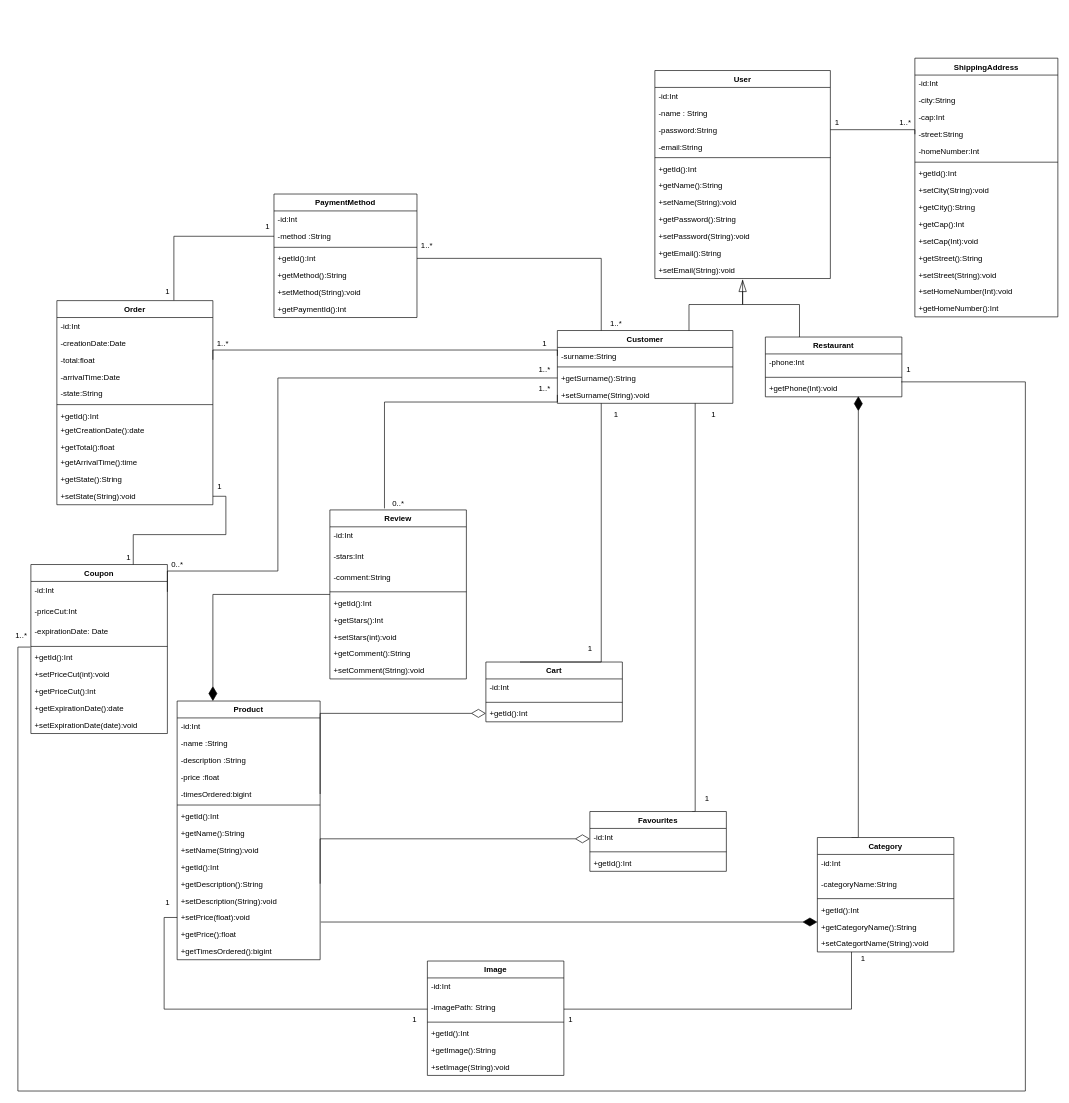
Before: documentazione/Diagrammi/TasteIt-classD(1).drawio in Flacaro/TasteIt, a draw.io diagram. Source tidied: cells renumbered, new cells numbered last; positions are measured from the earlier drawing's top-left corner, leaving out a move shared by most shapes. Both pictures are drawn from the tidied source at 65%, with x=0, y=0 at pixel (11, 58).
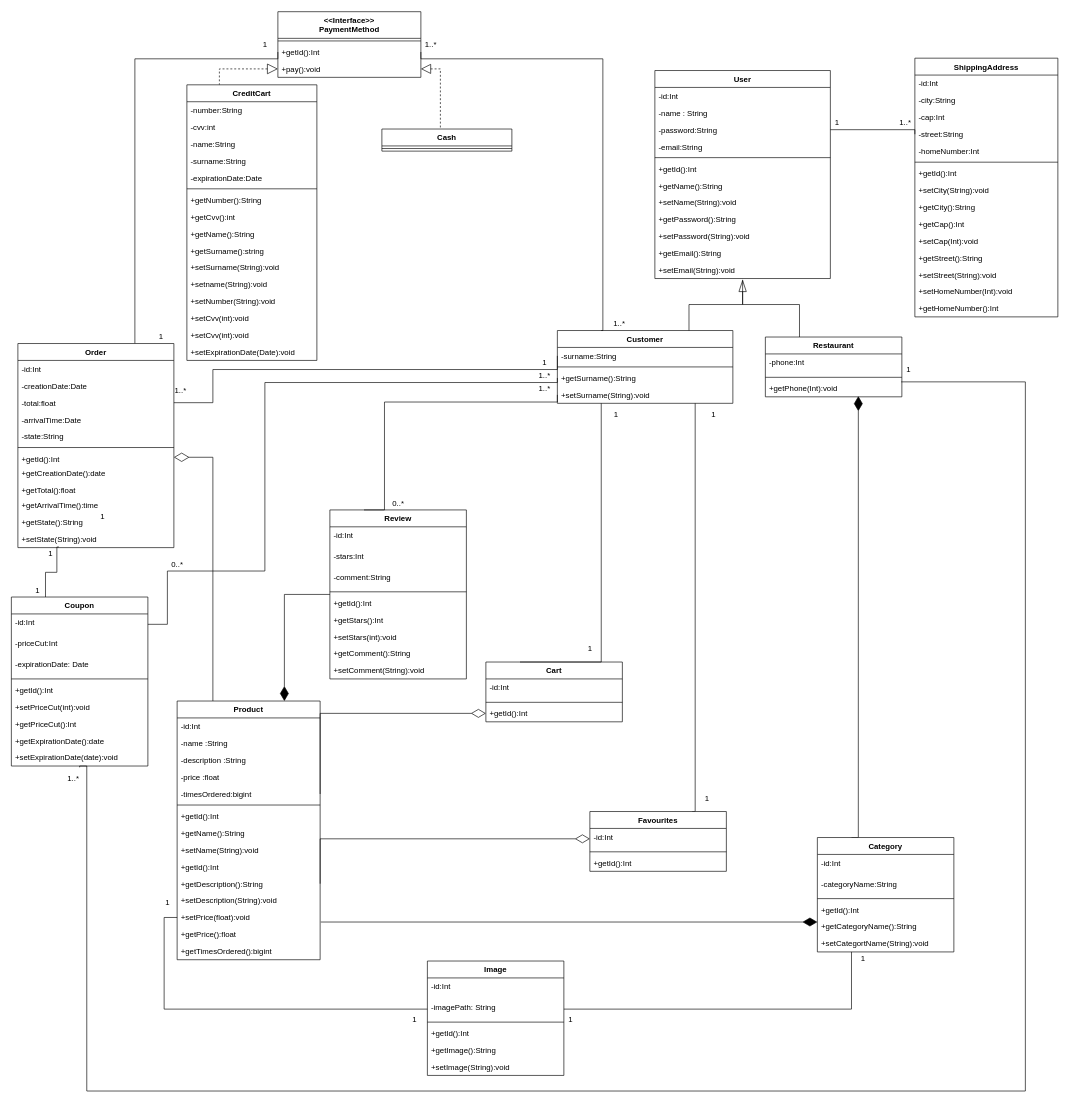
After the change.

Commit message:
rivisto class d

Unchanged cells that the change refers to:
```xml
<mxCell id="6" value="-total:float" style="text;strokeColor=none;fillColor=none;align=left;verticalAlign=top;spacingLeft=4;spacingRight=4;overflow=hidden;points=[[0,0.5],[1,0.5]];portConstraint=eastwest;" parent="3" vertex="1">
  <mxGeometry y="78" width="240" height="26" as="geometry" />
</mxCell>
<mxCell id="10" value="+getId():Int " style="text;strokeColor=none;fillColor=none;align=left;verticalAlign=top;spacingLeft=4;spacingRight=4;overflow=hidden;points=[[0,0.5],[1,0.5]];portConstraint=eastwest;" parent="3" vertex="1">
  <mxGeometry y="164" width="240" height="22" as="geometry" />
</mxCell>
<mxCell id="15" value="+setState(String):void" style="text;strokeColor=none;fillColor=none;align=left;verticalAlign=top;spacingLeft=4;spacingRight=4;overflow=hidden;points=[[0,0.5],[1,0.5]];portConstraint=eastwest;" parent="3" vertex="1">
  <mxGeometry y="288" width="240" height="26" as="geometry" />
</mxCell>
<mxCell id="21" value="Customer" style="swimlane;fontStyle=1;align=center;verticalAlign=top;horizontal=1;startSize=26;" parent="1" vertex="1">
  <mxGeometry x="840" y="419" width="270" height="112" as="geometry" />
</mxCell>
<mxCell id="22" value="-surname:String " style="text;strokeColor=none;fillColor=none;align=left;verticalAlign=top;spacingLeft=4;spacingRight=4;overflow=hidden;points=[[0,0.5],[1,0.5]];portConstraint=eastwest;" parent="21" vertex="1">
  <mxGeometry y="26" width="270" height="26" as="geometry" />
</mxCell>
<mxCell id="24" value="+getSurname():String" style="text;strokeColor=none;fillColor=none;align=left;verticalAlign=top;spacingLeft=4;spacingRight=4;overflow=hidden;points=[[0,0.5],[1,0.5]];portConstraint=eastwest;" parent="21" vertex="1">
  <mxGeometry y="60" width="270" height="26" as="geometry" />
</mxCell>
<mxCell id="25" value="+setSurname(String):void" style="text;strokeColor=none;fillColor=none;align=left;verticalAlign=top;spacingLeft=4;spacingRight=4;overflow=hidden;points=[[0,0.5],[1,0.5]];portConstraint=eastwest;" parent="21" vertex="1">
  <mxGeometry y="86" width="270" height="26" as="geometry" />
</mxCell>
<mxCell id="35" value="Product" style="swimlane;fontStyle=1;align=center;verticalAlign=top;horizontal=1;startSize=26;" parent="1" vertex="1">
  <mxGeometry x="255" y="989" width="220" height="398" as="geometry" />
</mxCell>
<mxCell id="77" value="-id:Int" style="text;strokeColor=none;fillColor=none;align=left;verticalAlign=top;spacingLeft=4;spacingRight=4;overflow=hidden;points=[[0,0.5],[1,0.5]];portConstraint=eastwest;" parent="76" vertex="1">
  <mxGeometry y="26" width="210" height="32" as="geometry" />
</mxCell>
<mxCell id="94" value="+getPhone(Int):void" style="text;strokeColor=none;fillColor=none;align=left;verticalAlign=top;spacingLeft=4;spacingRight=4;overflow=hidden;points=[[0,0.5],[1,0.5]];portConstraint=eastwest;" parent="91" vertex="1">
  <mxGeometry y="66" width="210" height="26" as="geometry" />
</mxCell>
<mxCell id="96" value="Review" style="swimlane;fontStyle=1;align=center;verticalAlign=top;horizontal=1;startSize=26;" parent="1" vertex="1">
  <mxGeometry x="490" y="695" width="210" height="260" as="geometry" />
</mxCell>
```

What changed in the source:
```diff
@@
-    <mxCell id="2" style="edgeStyle=orthogonalEdgeStyle;rounded=0;jettySize=auto;html=1;exitX=0.75;exitY=0;exitDx=0;exitDy=0;entryX=0;entryY=0.5;entryDx=0;entryDy=0;endArrow=none;endFill=0;endSize=20;" parent="1" edge="1" source="3" target="28">
-      <mxGeometry relative="1" as="geometry" />
+    <mxCell id="2" style="edgeStyle=orthogonalEdgeStyle;rounded=0;jettySize=auto;html=1;exitX=0.75;exitY=0;exitDx=0;exitDy=0;entryX=0;entryY=0.5;entryDx=0;entryDy=0;endArrow=none;endFill=0;endSize=20;" parent="1" edge="1" source="3" target="30">
+      <mxGeometry relative="1" as="geometry">
+        <Array as="points">
+          <mxPoint x="190" y="1" />
+        </Array>
+      </mxGeometry>
     </mxCell>
     <mxCell id="3" value="Order &#10;" style="swimlane;fontStyle=1;align=center;verticalAlign=top;horizontal=1;startSize=26;" parent="1" vertex="1">
-      <mxGeometry x="70" y="373" width="240" height="314" as="geometry" />
+      <mxGeometry x="10" y="439" width="240" height="314" as="geometry" />
     </mxCell>
@@
+    <mxCell id="162" style="edgeStyle=orthogonalEdgeStyle;rounded=0;jettySize=auto;html=1;exitX=0;exitY=0.5;exitDx=0;exitDy=0;startArrow=block;startFill=0;endArrow=none;endFill=0;startSize=14;endSize=9;sourcePerimeterSpacing=5;targetPerimeterSpacing=17;strokeWidth=1;dashed=1;entryX=0.25;entryY=0;entryDx=0;entryDy=0;" parent="1" edge="1" source="31" target="165">
+      <mxGeometry relative="1" as="geometry" />
+    </mxCell>
-    <mxCell id="26" value="PaymentMethod" style="swimlane;fontStyle=1;align=center;verticalAlign=top;horizontal=1;startSize=26;" parent="1" vertex="1">
-      <mxGeometry x="404" y="209" width="220" height="190" as="geometry" />
+    <mxCell id="26" value="&lt;&lt;Interface&gt;&gt;&#10;PaymentMethod" style="swimlane;fontStyle=1;align=center;verticalAlign=top;horizontal=1;startSize=41;" parent="1" vertex="1">
+      <mxGeometry x="410" y="-71.5" width="220" height="101" as="geometry" />
     </mxCell>
-    <mxCell id="27" value="-id:Int" style="text;strokeColor=none;fillColor=none;align=left;verticalAlign=top;spacingLeft=4;spacingRight=4;overflow=hidden;" parent="26" vertex="1">
-      <mxGeometry y="26" width="220" height="26" as="geometry" />
-    </mxCell>
-    <mxCell id="28" value="-method :String" style="text;strokeColor=none;fillColor=none;align=left;verticalAlign=top;spacingLeft=4;spacingRight=4;overflow=hidden;points=[[0,0.5],[1,0.5]];portConstraint=eastwest;" parent="26" vertex="1">
-      <mxGeometry y="52" width="220" height="26" as="geometry" />
-    </mxCell>
     <mxCell id="29" style="line;strokeWidth=1;fillColor=none;align=left;verticalAlign=middle;spacingTop=-1;spacingLeft=3;spacingRight=3;labelPosition=right;" parent="26" vertex="1">
-      <mxGeometry y="78" width="220" height="8" as="geometry" />
+      <mxGeometry y="41" width="220" height="8" as="geometry" />
     </mxCell>
     <mxCell id="30" value="+getId():Int" style="text;strokeColor=none;fillColor=none;align=left;verticalAlign=top;spacingLeft=4;spacingRight=4;overflow=hidden;points=[[0,0.5],[1,0.5]];portConstraint=eastwest;" parent="26" vertex="1">
-      <mxGeometry y="86" width="220" height="26" as="geometry" />
+      <mxGeometry y="49" width="220" height="26" as="geometry" />
     </mxCell>
-    <mxCell id="31" value="+getMethod():String" style="text;strokeColor=none;fillColor=none;align=left;verticalAlign=top;spacingLeft=4;spacingRight=4;overflow=hidden;points=[[0,0.5],[1,0.5]];portConstraint=eastwest;" parent="26" vertex="1">
-      <mxGeometry y="112" width="220" height="26" as="geometry" />
+    <mxCell id="31" value="+pay():void" style="text;strokeColor=none;fillColor=none;align=left;verticalAlign=top;spacingLeft=4;spacingRight=4;overflow=hidden;points=[[0,0.5],[1,0.5]];portConstraint=eastwest;" parent="26" vertex="1">
+      <mxGeometry y="75" width="220" height="26" as="geometry" />
     </mxCell>
-    <mxCell id="32" value="+setMethod(String):void" style="text;strokeColor=none;fillColor=none;align=left;verticalAlign=top;spacingLeft=4;spacingRight=4;overflow=hidden;" parent="26" vertex="1">
-      <mxGeometry y="138" width="220" height="26" as="geometry" />
-    </mxCell>
-    <mxCell id="33" value="+getPaymentId():Int" style="text;strokeColor=none;fillColor=none;align=left;verticalAlign=top;spacingLeft=4;spacingRight=4;overflow=hidden;" parent="26" vertex="1">
-      <mxGeometry y="164" width="220" height="26" as="geometry" />
-    </mxCell>
-    <mxCell id="34" style="edgeStyle=orthogonalEdgeStyle;rounded=0;jettySize=auto;html=1;exitX=0.25;exitY=0;exitDx=0;exitDy=0;entryX=0;entryY=0.5;entryDx=0;entryDy=0;startArrow=diamondThin;startFill=1;endArrow=none;endFill=0;startSize=20;endSize=30;sourcePerimeterSpacing=30;targetPerimeterSpacing=30;strokeWidth=1;" parent="1" edge="1" source="35" target="96">
+    <mxCell id="34" style="edgeStyle=orthogonalEdgeStyle;rounded=0;jettySize=auto;html=1;exitX=0.75;exitY=0;exitDx=0;exitDy=0;entryX=0;entryY=0.5;entryDx=0;entryDy=0;startArrow=diamondThin;startFill=1;endArrow=none;endFill=0;startSize=20;endSize=30;sourcePerimeterSpacing=30;targetPerimeterSpacing=30;strokeWidth=1;" parent="1" edge="1" source="35" target="96">
       <mxGeometry relative="1" as="geometry" />
     </mxCell>
+    <mxCell id="163" style="edgeStyle=orthogonalEdgeStyle;rounded=0;jettySize=auto;html=1;entryX=1;entryY=0.5;entryDx=0;entryDy=0;startArrow=none;startFill=0;endArrow=diamondThin;endFill=0;startSize=14;endSize=21;sourcePerimeterSpacing=5;targetPerimeterSpacing=17;strokeWidth=1;exitX=0.25;exitY=0;exitDx=0;exitDy=0;" parent="1" edge="1" source="35" target="10">
+      <mxGeometry relative="1" as="geometry" />
+    </mxCell>
@@
+    <mxCell id="164" style="edgeStyle=orthogonalEdgeStyle;rounded=0;jettySize=auto;html=1;exitX=0.25;exitY=0;exitDx=0;exitDy=0;entryX=0.263;entryY=0.962;entryDx=0;entryDy=0;startArrow=none;startFill=0;endArrow=none;endFill=0;startSize=7;endSize=9;sourcePerimeterSpacing=5;targetPerimeterSpacing=17;strokeWidth=1;entryPerimeter=0;" parent="1" edge="1" source="76" target="15">
+      <mxGeometry relative="1" as="geometry">
+        <Array as="points">
+          <mxPoint x="53" y="791" />
+          <mxPoint x="70" y="791" />
+          <mxPoint x="70" y="752" />
+        </Array>
+      </mxGeometry>
+    </mxCell>
     <mxCell id="76" value="Coupon" style="swimlane;fontStyle=1;align=center;verticalAlign=top;horizontal=1;startSize=26;" parent="1" vertex="1">
-      <mxGeometry x="30" y="779" width="210" height="260" as="geometry" />
+      <mxGeometry y="829" width="210" height="260" as="geometry" />
     </mxCell>
@@
     <mxCell id="95" style="edgeStyle=orthogonalEdgeStyle;rounded=0;jettySize=auto;html=1;startArrow=none;startFill=0;endArrow=none;endFill=0;startSize=20;endSize=30;sourcePerimeterSpacing=30;targetPerimeterSpacing=30;strokeWidth=1;entryX=0.995;entryY=0.115;entryDx=0;entryDy=0;entryPerimeter=0;" parent="1" edge="1" target="94">
       <mxGeometry relative="1" as="geometry">
-        <mxPoint x="29" y="906" as="sourcePoint" />
+        <mxPoint x="105" y="1091" as="sourcePoint" />
         <Array as="points">
-          <mxPoint x="10" y="906" />
-          <mxPoint x="10" y="1589" />
+          <mxPoint x="105" y="1089" />
+          <mxPoint x="116" y="1089" />
+          <mxPoint x="116" y="1589" />
           <mxPoint x="1560" y="1589" />
           <mxPoint x="1560" y="498" />
         </Array>
       </mxGeometry>
     </mxCell>
@@
     <mxCell id="107" style="edgeStyle=orthogonalEdgeStyle;rounded=0;jettySize=auto;html=1;exitX=1;exitY=0.5;exitDx=0;exitDy=0;endArrow=none;endFill=0;endSize=20;entryX=0;entryY=0.5;entryDx=0;entryDy=0;" parent="1" edge="1" source="6" target="22">
       <mxGeometry relative="1" as="geometry">
         <Array as="points">
-          <mxPoint x="310" y="449" />
-          <mxPoint x="840" y="449" />
+          <mxPoint x="310" y="530" />
+          <mxPoint x="310" y="479" />
+          <mxPoint x="840" y="479" />
         </Array>
       </mxGeometry>
     </mxCell>
     <mxCell id="108" style="edgeStyle=orthogonalEdgeStyle;rounded=0;jettySize=auto;html=1;exitX=1;exitY=0.5;exitDx=0;exitDy=0;endArrow=none;endFill=0;endSize=20;entryX=0;entryY=0.5;entryDx=0;entryDy=0;" parent="1" edge="1" source="77" target="24">
       <mxGeometry relative="1" as="geometry">
         <Array as="points">
+          <mxPoint x="240" y="871" />
           <mxPoint x="240" y="789" />
-          <mxPoint x="410" y="789" />
-          <mxPoint x="410" y="492" />
+          <mxPoint x="390" y="789" />
+          <mxPoint x="390" y="499" />
+          <mxPoint x="840" y="499" />
         </Array>
       </mxGeometry>
     </mxCell>
     <mxCell id="109" value="1..*" style="text;html=1;align=center;verticalAlign=middle;strokeColor=none;" parent="1" vertex="1">
-      <mxGeometry x="624" y="279" width="30" height="20" as="geometry" />
+      <mxGeometry x="630" y="-31" width="30" height="20" as="geometry" />
     </mxCell>
     <mxCell id="110" value="1" style="text;html=1;align=center;verticalAlign=middle;strokeColor=none;" parent="1" vertex="1">
-      <mxGeometry x="384" y="249" width="20" height="20" as="geometry" />
+      <mxGeometry x="380" y="-31" width="20" height="20" as="geometry" />
     </mxCell>
     <mxCell id="111" value="1" style="text;html=1;align=center;verticalAlign=middle;strokeColor=none;" parent="1" vertex="1">
-      <mxGeometry x="230" y="349" width="20" height="20" as="geometry" />
+      <mxGeometry x="220" y="418" width="20" height="20" as="geometry" />
     </mxCell>
-    <mxCell id="112" value="1" style="text;html=1;align=center;verticalAlign=middle;strokeColor=none;" parent="1" vertex="1">
-      <mxGeometry x="310" y="649" width="20" height="20" as="geometry" />
-    </mxCell>
     <mxCell id="113" value="1" style="text;html=1;align=center;verticalAlign=middle;strokeColor=none;" parent="1" vertex="1">
-      <mxGeometry x="170" y="759" width="20" height="20" as="geometry" />
+      <mxGeometry x="50" y="753" width="20" height="20" as="geometry" />
     </mxCell>
     <mxCell id="114" value="1..*" style="text;html=1;align=center;verticalAlign=middle;strokeColor=none;" parent="1" vertex="1">
-      <mxGeometry x="310" y="429" width="30" height="20" as="geometry" />
+      <mxGeometry x="245" y="501" width="30" height="20" as="geometry" />
     </mxCell>
@@
     <mxCell id="117" value="1..*" style="text;html=1;align=center;verticalAlign=middle;strokeColor=none;" parent="1" vertex="1">
-      <mxGeometry y="879" width="30" height="20" as="geometry" />
+      <mxGeometry x="80" y="1099" width="30" height="20" as="geometry" />
     </mxCell>
@@
-    <mxCell id="122" style="edgeStyle=orthogonalEdgeStyle;rounded=0;jettySize=auto;html=1;exitX=1;exitY=0.5;exitDx=0;exitDy=0;entryX=0.75;entryY=0;entryDx=0;entryDy=0;endArrow=none;endFill=0;endSize=20;" parent="1" edge="1" source="15" target="76">
-      <mxGeometry relative="1" as="geometry" />
-    </mxCell>
-    <mxCell id="123" style="edgeStyle=orthogonalEdgeStyle;rounded=0;jettySize=auto;html=1;endArrow=none;endFill=0;endSize=20;entryX=0.4;entryY=-0.009;entryDx=0;entryDy=0;entryPerimeter=0;exitX=0;exitY=0.5;exitDx=0;exitDy=0;" parent="1" edge="1" source="25" target="96">
+    <mxCell id="123" style="edgeStyle=orthogonalEdgeStyle;rounded=0;jettySize=auto;html=1;endArrow=none;endFill=0;endSize=20;exitX=0;exitY=0.5;exitDx=0;exitDy=0;entryX=0.25;entryY=0;entryDx=0;entryDy=0;" parent="1" edge="1" source="25" target="96">
       <mxGeometry relative="1" as="geometry">
         <Array as="points">
           <mxPoint x="840" y="529" />
           <mxPoint x="574" y="529" />
+          <mxPoint x="574" y="695" />
         </Array>
       </mxGeometry>
     </mxCell>
@@
     <mxCell id="152" style="edgeStyle=orthogonalEdgeStyle;rounded=0;jettySize=auto;html=1;exitX=0.25;exitY=0;exitDx=0;exitDy=0;entryX=1;entryY=0.5;entryDx=0;entryDy=0;startArrow=none;startFill=0;endArrow=none;endFill=0;startSize=14;endSize=21;sourcePerimeterSpacing=5;targetPerimeterSpacing=17;strokeWidth=1;" parent="1" edge="1" source="21" target="30">
-      <mxGeometry relative="1" as="geometry" />
+      <mxGeometry relative="1" as="geometry">
+        <Array as="points">
+          <mxPoint x="910" y="419" />
+          <mxPoint x="910" y="1" />
+        </Array>
+      </mxGeometry>
     </mxCell>
@@
     <mxCell id="156" value="1..*" style="text;html=1;align=center;verticalAlign=middle;strokeColor=none;fillColor=none;" parent="1" vertex="1">
-      <mxGeometry x="915" y="398" width="30" height="20" as="geometry" />
+      <mxGeometry x="920" y="398" width="30" height="20" as="geometry" />
     </mxCell>
     <mxCell id="157" value="1" style="text;html=1;align=center;verticalAlign=middle;strokeColor=none;fillColor=none;" parent="1" vertex="1">
-      <mxGeometry x="810" y="429" width="20" height="20" as="geometry" />
+      <mxGeometry x="810" y="459" width="20" height="20" as="geometry" />
     </mxCell>
     <mxCell id="158" value="1..*" style="text;html=1;align=center;verticalAlign=middle;strokeColor=none;fillColor=none;" parent="1" vertex="1">
-      <mxGeometry x="805" y="469" width="30" height="20" as="geometry" />
+      <mxGeometry x="805" y="479" width="30" height="20" as="geometry" />
     </mxCell>
@@
+    <mxCell id="165" value="CreditCart" style="swimlane;fontStyle=1;align=center;verticalAlign=top;horizontal=1;startSize=26;" parent="1" vertex="1">
+      <mxGeometry x="270" y="41" width="200" height="424" as="geometry" />
+    </mxCell>
+    <mxCell id="166" value="-number:String" style="text;strokeColor=none;fillColor=none;align=left;verticalAlign=top;spacingLeft=4;spacingRight=4;overflow=hidden;" parent="165" vertex="1">
+      <mxGeometry y="26" width="200" height="26" as="geometry" />
+    </mxCell>
+    <mxCell id="167" value="-cvv:int" style="text;strokeColor=none;fillColor=none;align=left;verticalAlign=top;spacingLeft=4;spacingRight=4;overflow=hidden;" parent="165" vertex="1">
+      <mxGeometry y="52" width="200" height="26" as="geometry" />
+    </mxCell>
+    <mxCell id="168" value="-name:String " style="text;strokeColor=none;fillColor=none;align=left;verticalAlign=top;spacingLeft=4;spacingRight=4;overflow=hidden;" parent="165" vertex="1">
+      <mxGeometry y="78" width="200" height="26" as="geometry" />
+    </mxCell>
+    <mxCell id="169" value="-surname:String " style="text;strokeColor=none;fillColor=none;align=left;verticalAlign=top;spacingLeft=4;spacingRight=4;overflow=hidden;" parent="165" vertex="1">
+      <mxGeometry y="104" width="200" height="26" as="geometry" />
+    </mxCell>
+    <mxCell id="170" value="-expirationDate:Date " style="text;strokeColor=none;fillColor=none;align=left;verticalAlign=top;spacingLeft=4;spacingRight=4;overflow=hidden;" parent="165" vertex="1">
+      <mxGeometry y="130" width="200" height="26" as="geometry" />
+    </mxCell>
+    <mxCell id="171" style="line;strokeWidth=1;fillColor=none;align=left;verticalAlign=middle;spacingTop=-1;spacingLeft=3;spacingRight=3;labelPosition=right;" parent="165" vertex="1">
+      <mxGeometry y="156" width="200" height="8" as="geometry" />
+    </mxCell>
+    <mxCell id="172" value="+getNumber():String" style="text;strokeColor=none;fillColor=none;align=left;verticalAlign=top;spacingLeft=4;spacingRight=4;overflow=hidden;" parent="165" vertex="1">
+      <mxGeometry y="164" width="200" height="26" as="geometry" />
+    </mxCell>
+    <mxCell id="173" value="+getCvv():int" style="text;strokeColor=none;fillColor=none;align=left;verticalAlign=top;spacingLeft=4;spacingRight=4;overflow=hidden;" parent="165" vertex="1">
+      <mxGeometry y="190" width="200" height="26" as="geometry" />
+    </mxCell>
+    <mxCell id="174" value="+getName():String" style="text;strokeColor=none;fillColor=none;align=left;verticalAlign=top;spacingLeft=4;spacingRight=4;overflow=hidden;" parent="165" vertex="1">
+      <mxGeometry y="216" width="200" height="26" as="geometry" />
+    </mxCell>
+    <mxCell id="175" value="+getSurname():string" style="text;strokeColor=none;fillColor=none;align=left;verticalAlign=top;spacingLeft=4;spacingRight=4;overflow=hidden;" parent="165" vertex="1">
+      <mxGeometry y="242" width="200" height="26" as="geometry" />
+    </mxCell>
+    <mxCell id="176" value="+setSurname(String):void" style="text;strokeColor=none;fillColor=none;align=left;verticalAlign=top;spacingLeft=4;spacingRight=4;overflow=hidden;" parent="165" vertex="1">
+      <mxGeometry y="268" width="200" height="26" as="geometry" />
+    </mxCell>
+    <mxCell id="177" value="+setname(String):void" style="text;strokeColor=none;fillColor=none;align=left;verticalAlign=top;spacingLeft=4;spacingRight=4;overflow=hidden;" parent="165" vertex="1">
+      <mxGeometry y="294" width="200" height="26" as="geometry" />
+    </mxCell>
+    <mxCell id="178" value="+setNumber(String):void" style="text;strokeColor=none;fillColor=none;align=left;verticalAlign=top;spacingLeft=4;spacingRight=4;overflow=hidden;" parent="165" vertex="1">
+      <mxGeometry y="320" width="200" height="26" as="geometry" />
+    </mxCell>
+    <mxCell id="179" value="+setCvv(int):void" style="text;strokeColor=none;fillColor=none;align=left;verticalAlign=top;spacingLeft=4;spacingRight=4;overflow=hidden;" parent="165" vertex="1">
+      <mxGeometry y="346" width="200" height="26" as="geometry" />
+    </mxCell>
+    <mxCell id="180" value="+setCvv(int):void" style="text;strokeColor=none;fillColor=none;align=left;verticalAlign=top;spacingLeft=4;spacingRight=4;overflow=hidden;" parent="165" vertex="1">
+      <mxGeometry y="372" width="200" height="26" as="geometry" />
+    </mxCell>
+    <mxCell id="181" value="+setExpirationDate(Date):void" style="text;strokeColor=none;fillColor=none;align=left;verticalAlign=top;spacingLeft=4;spacingRight=4;overflow=hidden;" parent="165" vertex="1">
+      <mxGeometry y="398" width="200" height="26" as="geometry" />
+    </mxCell>
+    <mxCell id="182" value="Cash" style="swimlane;fontStyle=1;align=center;verticalAlign=top;horizontal=1;startSize=26;" parent="1" vertex="1">
+      <mxGeometry x="570" y="109" width="200" height="34" as="geometry" />
+    </mxCell>
+    <mxCell id="183" style="line;strokeWidth=1;fillColor=none;align=left;verticalAlign=middle;spacingTop=-1;spacingLeft=3;spacingRight=3;labelPosition=right;" parent="182" vertex="1">
+      <mxGeometry y="26" width="200" height="8" as="geometry" />
+    </mxCell>
+    <mxCell id="184" style="edgeStyle=orthogonalEdgeStyle;rounded=0;jettySize=auto;html=1;exitX=1;exitY=0.5;exitDx=0;exitDy=0;entryX=0.45;entryY=0.018;entryDx=0;entryDy=0;entryPerimeter=0;startArrow=block;startFill=0;endArrow=none;endFill=0;startSize=13;endSize=10;sourcePerimeterSpacing=5;targetPerimeterSpacing=17;strokeWidth=1;dashed=1;" parent="1" edge="1" source="31" target="182">
+      <mxGeometry relative="1" as="geometry" />
+    </mxCell>
+    <mxCell id="185" value="1" style="text;html=1;align=center;verticalAlign=middle;strokeColor=none;fillColor=none;" parent="1" vertex="1">
+      <mxGeometry x="130" y="695" width="20" height="20" as="geometry" />
+    </mxCell>
+    <mxCell id="186" value="1" style="text;html=1;align=center;verticalAlign=middle;strokeColor=none;fillColor=none;" parent="1" vertex="1">
+      <mxGeometry x="30" y="809" width="20" height="20" as="geometry" />
+    </mxCell>
```
